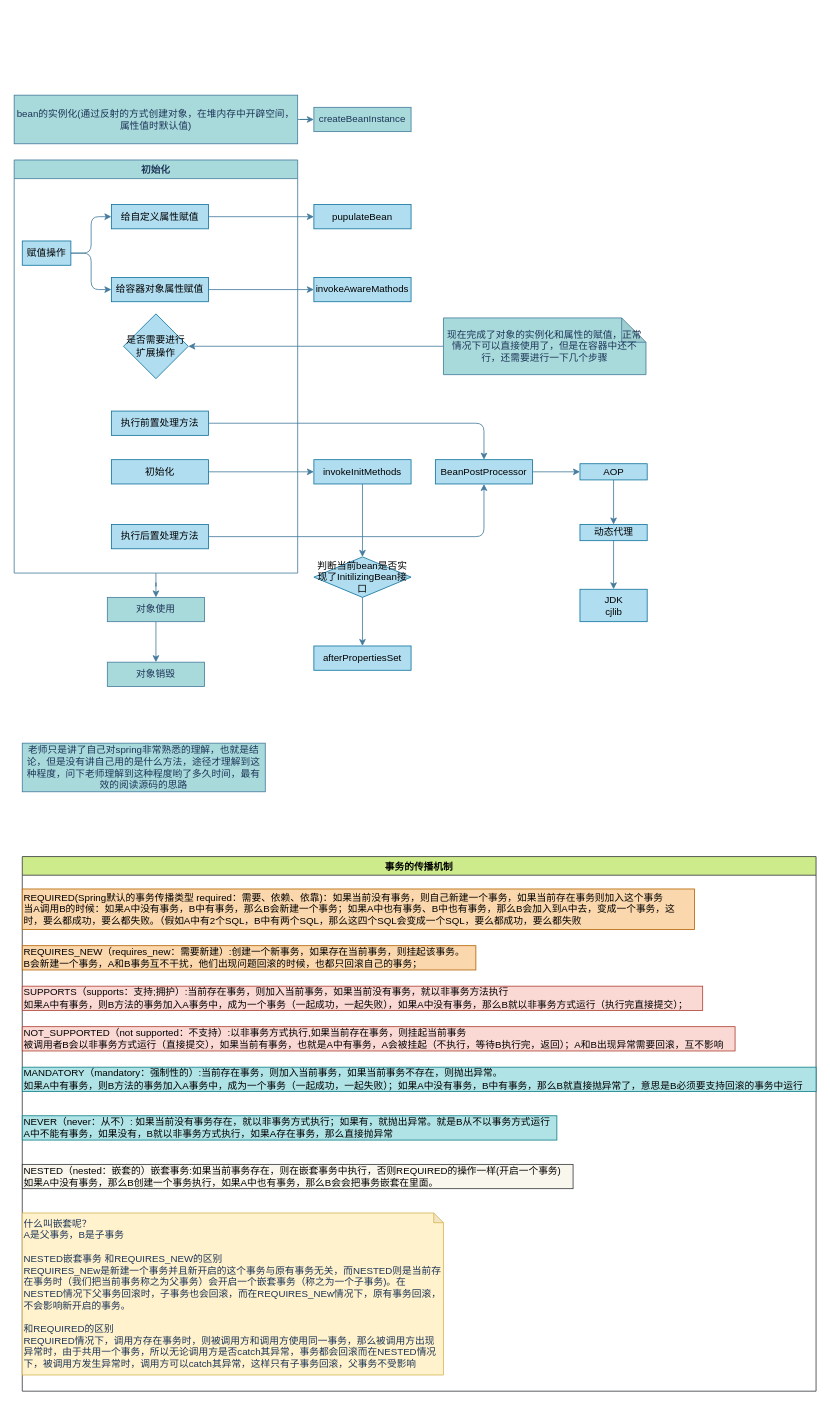
This is page "Spring1" (4 of 11) of Java面试/java基础.drawio from zaixianyonghu/FlowCharts, a draw.io file, before an edit. Source tidied: cells renumbered, new cells numbered last; positions are measured from the earlier drawing's top-left corner, leaving out a move shared by most shapes. Both pictures are drawn from the tidied source at 81%, with x=0, y=0 at pixel (14, 95).
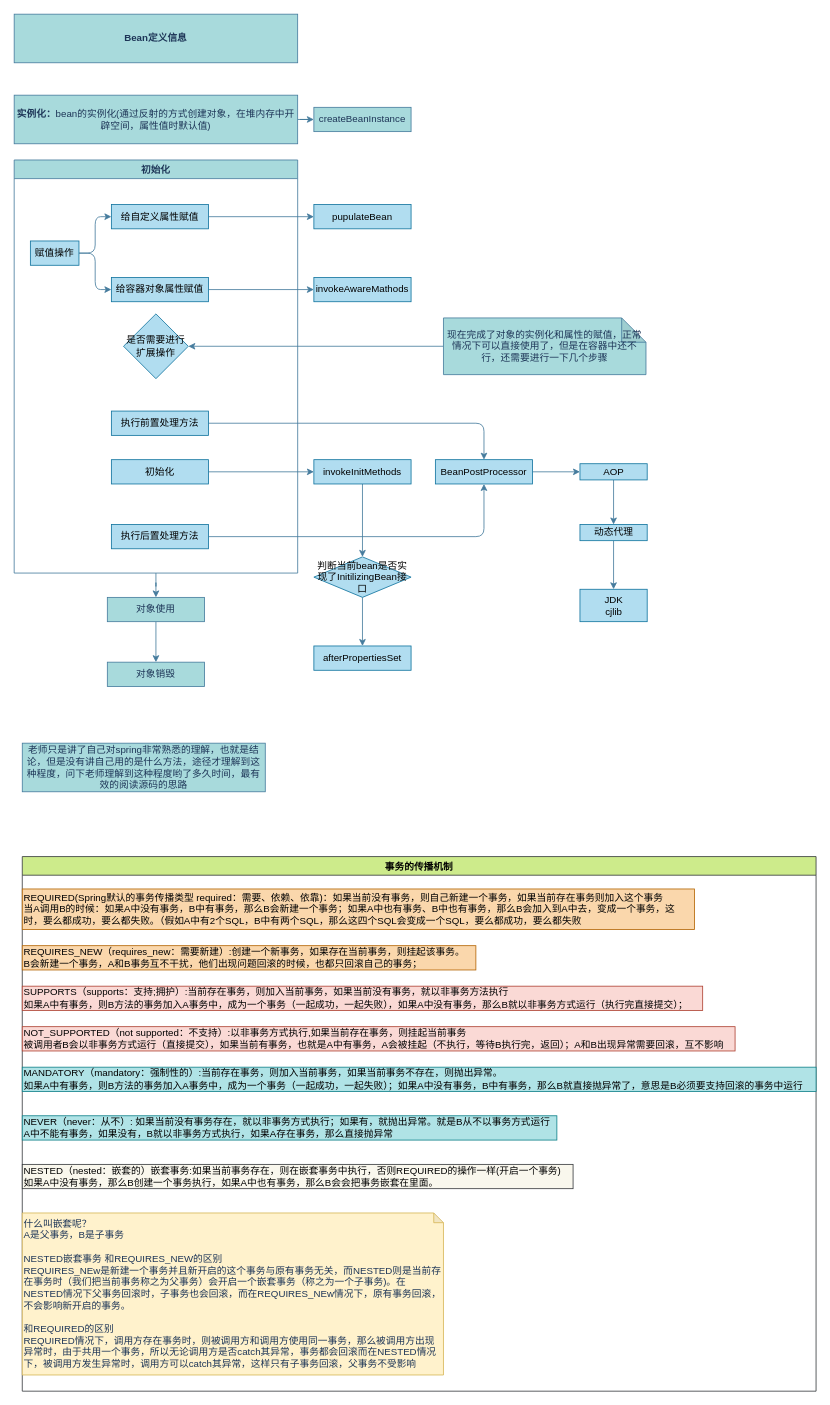
The same diagram, later.

The change refers to these unchanged cells:
```xml
<mxCell id="30" value="初始化" style="swimlane;rounded=0;labelBackgroundColor=none;sketch=0;fontColor=#1D3557;strokeColor=#457B9D;fillColor=#A8DADC;" parent="1" vertex="1">
  <mxGeometry y="80" width="350" height="510" as="geometry" />
</mxCell>
```

What changed in the source:
```diff
@@
-    <mxCell id="3" value="bean的实例化(通过反射的方式创建对象，在堆内存中开辟空间，属性值时默认值)" style="whiteSpace=wrap;html=1;rounded=0;sketch=0;fontColor=#1D3557;strokeColor=#457B9D;fillColor=#A8DADC;" parent="1" vertex="1">
+    <mxCell id="3" value="&lt;b&gt;实例化：&lt;/b&gt;bean的实例化(通过反射的方式创建对象，在堆内存中开辟空间，属性值时默认值)" style="whiteSpace=wrap;html=1;rounded=0;sketch=0;fontColor=#1D3557;strokeColor=#457B9D;fillColor=#A8DADC;" parent="1" vertex="1">
       <mxGeometry width="350" height="60" as="geometry" />
     </mxCell>
@@
     <mxCell id="33" value="赋值操作" style="whiteSpace=wrap;html=1;rounded=0;labelBackgroundColor=none;sketch=0;strokeColor=#10739e;fillColor=#b1ddf0;" parent="30" vertex="1">
-      <mxGeometry x="10" y="100" width="60" height="30" as="geometry" />
+      <mxGeometry x="20" y="100" width="60" height="30" as="geometry" />
     </mxCell>
@@
+    <mxCell id="50" value="&lt;b&gt;Bean定义信息&lt;/b&gt;" style="whiteSpace=wrap;html=1;rounded=0;sketch=0;fontColor=#1D3557;strokeColor=#457B9D;fillColor=#A8DADC;" parent="1" vertex="1">
+      <mxGeometry y="-100" width="350" height="60" as="geometry" />
+    </mxCell>
```
